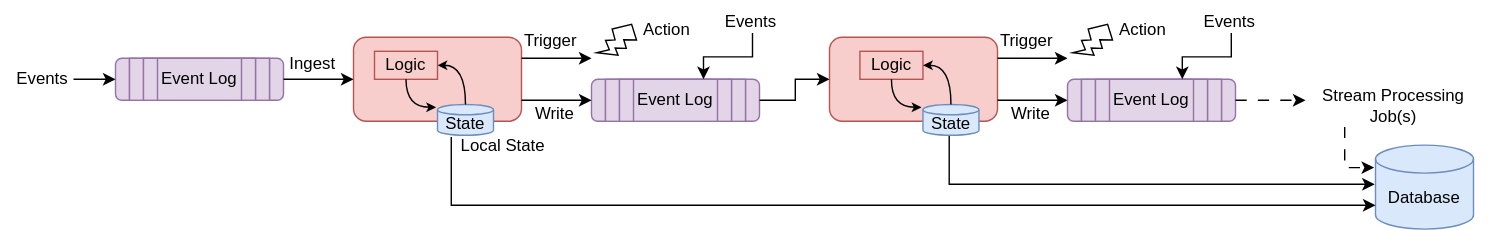
This is assets/posts/telemetry/stateful-stream-processing.svg from addu390/addu390.github.io, a draw.io export, as it was before one commit. Source tidied: cells renumbered, new cells last; positions are measured from the earlier drawing's top-left corner, leaving out a move shared by most shapes. Its diagram source:
```xml
<mxGraphModel>
  <root>
    <mxCell id="0" />
    <mxCell id="1" parent="0" />
    <mxCell id="2" style="rounded=1;whiteSpace=wrap;html=1;fillColor=#f8cecc;strokeColor=#b85450;" parent="1" vertex="1">
      <mxGeometry x="252" y="26" width="120" height="60" as="geometry" />
    </mxCell>
    <mxCell id="3" style="shape=process;whiteSpace=wrap;html=1;backgroundOutline=1;size=0.08333333333333333;fillColor=#e1d5e7;strokeColor=#9673a6;rounded=1;" parent="1" vertex="1">
      <mxGeometry x="82" y="41" width="120" height="30" as="geometry" />
    </mxCell>
    <mxCell id="4" style="shape=process;whiteSpace=wrap;html=1;backgroundOutline=1;size=0.1;fillColor=#e1d5e7;strokeColor=#9673a6;" parent="1" vertex="1">
      <mxGeometry x="92" y="41" width="100" height="30" as="geometry" />
    </mxCell>
    <mxCell id="5" value="Event Log" style="shape=process;whiteSpace=wrap;html=1;backgroundOutline=1;size=0.125;fillColor=#e1d5e7;strokeColor=#9673a6;" parent="1" vertex="1">
      <mxGeometry x="102" y="41" width="80" height="30" as="geometry" />
    </mxCell>
    <mxCell id="6" style="shape=process;whiteSpace=wrap;html=1;backgroundOutline=1;size=0.08333333333333333;fillColor=#e1d5e7;strokeColor=#9673a6;rounded=1;" parent="1" vertex="1">
      <mxGeometry x="422" y="56" width="120" height="30" as="geometry" />
    </mxCell>
    <mxCell id="7" style="shape=process;whiteSpace=wrap;html=1;backgroundOutline=1;size=0.1;fillColor=#e1d5e7;strokeColor=#9673a6;" parent="1" vertex="1">
      <mxGeometry x="432" y="56" width="100" height="30" as="geometry" />
    </mxCell>
    <mxCell id="8" value="Event Log" style="shape=process;whiteSpace=wrap;html=1;backgroundOutline=1;size=0.125;fillColor=#e1d5e7;strokeColor=#9673a6;" parent="1" vertex="1">
      <mxGeometry x="442" y="56" width="80" height="30" as="geometry" />
    </mxCell>
    <mxCell id="9" style="endArrow=classic;html=1;rounded=0;entryX=0;entryY=0.5;entryDx=0;entryDy=0;" parent="1" edge="1" target="3">
      <mxGeometry relative="1" as="geometry">
        <mxPoint x="52" y="56" as="sourcePoint" />
      </mxGeometry>
    </mxCell>
    <mxCell id="10" value="Events" style="text;html=1;align=center;verticalAlign=middle;whiteSpace=wrap;rounded=0;" parent="1" vertex="1">
      <mxGeometry y="41" width="60" height="30" as="geometry" />
    </mxCell>
    <mxCell id="11" value="Ingest" style="text;html=1;align=center;verticalAlign=middle;whiteSpace=wrap;rounded=0;" parent="1" vertex="1">
      <mxGeometry x="193" y="30" width="60" height="30" as="geometry" />
    </mxCell>
    <mxCell id="12" style="endArrow=classic;html=1;rounded=0;exitX=1;exitY=0.5;exitDx=0;exitDy=0;entryX=0;entryY=0.5;entryDx=0;entryDy=0;" parent="1" edge="1" source="3" target="2">
      <mxGeometry relative="1" as="geometry" />
    </mxCell>
    <mxCell id="13" style="endArrow=classic;html=1;rounded=0;exitX=1;exitY=0.75;exitDx=0;exitDy=0;entryX=0;entryY=0.5;entryDx=0;entryDy=0;" parent="1" edge="1" source="2" target="6">
      <mxGeometry relative="1" as="geometry" />
    </mxCell>
    <mxCell id="14" value="Write" style="text;html=1;align=center;verticalAlign=middle;whiteSpace=wrap;rounded=0;" parent="1" vertex="1">
      <mxGeometry x="366" y="66" width="60" height="30" as="geometry" />
    </mxCell>
    <mxCell id="15" style="endArrow=classic;html=1;rounded=0;exitX=1;exitY=0.25;exitDx=0;exitDy=0;" parent="1" edge="1" source="2">
      <mxGeometry relative="1" as="geometry">
        <mxPoint x="422" y="41" as="targetPoint" />
      </mxGeometry>
    </mxCell>
    <mxCell id="16" value="Trigger" style="text;html=1;align=center;verticalAlign=middle;whiteSpace=wrap;rounded=0;" parent="1" vertex="1">
      <mxGeometry x="363" y="14" width="60" height="30" as="geometry" />
    </mxCell>
    <mxCell id="17" style="verticalLabelPosition=bottom;verticalAlign=top;html=1;shape=mxgraph.basic.flash;rotation=30;" parent="1" vertex="1">
      <mxGeometry x="432" y="14" width="20" height="30" as="geometry" />
    </mxCell>
    <mxCell id="18" value="Action" style="text;html=1;align=center;verticalAlign=middle;whiteSpace=wrap;rounded=0;" parent="1" vertex="1">
      <mxGeometry x="446" y="6" width="60" height="30" as="geometry" />
    </mxCell>
    <mxCell id="19" style="strokeWidth=1;html=1;shape=mxgraph.flowchart.database;whiteSpace=wrap;fillColor=#dae8fc;strokeColor=#6c8ebf;" parent="1" vertex="1">
      <mxGeometry x="312" y="74" width="40" height="22" as="geometry" />
    </mxCell>
    <mxCell id="20" value="State" style="text;html=1;align=center;verticalAlign=middle;whiteSpace=wrap;rounded=0;" parent="1" vertex="1">
      <mxGeometry x="307.8" y="81" width="48.5" height="13" as="geometry" />
    </mxCell>
    <mxCell id="21" style="rounded=1;whiteSpace=wrap;html=1;fillColor=#f8cecc;strokeColor=#b85450;" parent="1" vertex="1">
      <mxGeometry x="592" y="26" width="120" height="60" as="geometry" />
    </mxCell>
    <mxCell id="22" style="shape=process;whiteSpace=wrap;html=1;backgroundOutline=1;size=0.08333333333333333;fillColor=#e1d5e7;strokeColor=#9673a6;rounded=1;" parent="1" vertex="1">
      <mxGeometry x="762" y="56" width="120" height="30" as="geometry" />
    </mxCell>
    <mxCell id="23" style="shape=process;whiteSpace=wrap;html=1;backgroundOutline=1;size=0.1;fillColor=#e1d5e7;strokeColor=#9673a6;" parent="1" vertex="1">
      <mxGeometry x="772" y="56" width="100" height="30" as="geometry" />
    </mxCell>
    <mxCell id="24" value="Event Log" style="shape=process;whiteSpace=wrap;html=1;backgroundOutline=1;size=0.125;fillColor=#e1d5e7;strokeColor=#9673a6;" parent="1" vertex="1">
      <mxGeometry x="782" y="56" width="80" height="30" as="geometry" />
    </mxCell>
    <mxCell id="25" style="endArrow=classic;html=1;rounded=0;exitX=1;exitY=0.75;exitDx=0;exitDy=0;entryX=0;entryY=0.5;entryDx=0;entryDy=0;" parent="1" edge="1" source="21" target="22">
      <mxGeometry relative="1" as="geometry" />
    </mxCell>
    <mxCell id="26" value="Write" style="text;html=1;align=center;verticalAlign=middle;whiteSpace=wrap;rounded=0;" parent="1" vertex="1">
      <mxGeometry x="706" y="66" width="60" height="30" as="geometry" />
    </mxCell>
    <mxCell id="27" style="endArrow=classic;html=1;rounded=0;exitX=1;exitY=0.25;exitDx=0;exitDy=0;" parent="1" edge="1" source="21">
      <mxGeometry relative="1" as="geometry">
        <mxPoint x="762" y="41" as="targetPoint" />
      </mxGeometry>
    </mxCell>
    <mxCell id="28" value="Trigger" style="text;html=1;align=center;verticalAlign=middle;whiteSpace=wrap;rounded=0;" parent="1" vertex="1">
      <mxGeometry x="703" y="14" width="60" height="30" as="geometry" />
    </mxCell>
    <mxCell id="29" style="verticalLabelPosition=bottom;verticalAlign=top;html=1;shape=mxgraph.basic.flash;rotation=30;" parent="1" vertex="1">
      <mxGeometry x="772" y="14" width="20" height="30" as="geometry" />
    </mxCell>
    <mxCell id="30" value="Action" style="text;html=1;align=center;verticalAlign=middle;whiteSpace=wrap;rounded=0;" parent="1" vertex="1">
      <mxGeometry x="786" y="6" width="60" height="30" as="geometry" />
    </mxCell>
    <mxCell id="31" value="State" style="text;html=1;align=center;verticalAlign=middle;whiteSpace=wrap;rounded=0;" parent="1" vertex="1">
      <mxGeometry x="647.5" y="81" width="61" height="13" as="geometry" />
    </mxCell>
    <mxCell id="32" style="endArrow=classic;html=1;rounded=0;exitX=1;exitY=0.5;exitDx=0;exitDy=0;entryX=0;entryY=0.5;entryDx=0;entryDy=0;edgeStyle=elbowEdgeStyle;" parent="1" edge="1" source="6" target="21">
      <mxGeometry relative="1" as="geometry" />
    </mxCell>
    <mxCell id="33" style="endArrow=classic;html=1;rounded=0;exitX=1;exitY=0.5;exitDx=0;exitDy=0;dashed=1;dashPattern=8 8;" parent="1" edge="1" source="22">
      <mxGeometry relative="1" as="geometry">
        <mxPoint x="932" y="71" as="targetPoint" />
      </mxGeometry>
    </mxCell>
    <mxCell id="34" value="Stream Processing Job(s)" style="text;html=1;align=center;verticalAlign=middle;whiteSpace=wrap;rounded=0;" parent="1" vertex="1">
      <mxGeometry x="925" y="60" width="140" height="30" as="geometry" />
    </mxCell>
    <mxCell id="35" style="strokeWidth=1;html=1;shape=mxgraph.flowchart.database;whiteSpace=wrap;fillColor=#dae8fc;strokeColor=#6c8ebf;" parent="1" vertex="1">
      <mxGeometry x="982" y="103" width="70" height="60" as="geometry" />
    </mxCell>
    <mxCell id="36" style="endArrow=classic;html=1;rounded=0;exitX=0.5;exitY=1;exitDx=0;exitDy=0;exitPerimeter=0;edgeStyle=elbowEdgeStyle;elbow=vertical;entryX=-0.008;entryY=0.461;entryDx=0;entryDy=0;entryPerimeter=0;" parent="1" edge="1" target="35">
      <mxGeometry relative="1" as="geometry">
        <mxPoint x="677.5" y="96" as="sourcePoint" />
        <Array as="points">
          <mxPoint x="832" y="131" />
        </Array>
      </mxGeometry>
    </mxCell>
    <mxCell id="37" style="endArrow=classic;html=1;rounded=0;exitX=0.246;exitY=1.052;exitDx=0;exitDy=0;exitPerimeter=0;edgeStyle=elbowEdgeStyle;elbow=vertical;" parent="1" edge="1" source="19">
      <mxGeometry relative="1" as="geometry">
        <mxPoint x="982" y="146" as="targetPoint" />
        <Array as="points">
          <mxPoint x="652" y="146" />
        </Array>
      </mxGeometry>
    </mxCell>
    <mxCell id="38" style="endArrow=classic;html=1;rounded=0;exitX=0.25;exitY=1;exitDx=0;exitDy=0;entryX=-0.014;entryY=0.268;entryDx=0;entryDy=0;entryPerimeter=0;edgeStyle=elbowEdgeStyle;dashed=1;dashPattern=8 8;" parent="1" edge="1" source="34" target="35">
      <mxGeometry relative="1" as="geometry">
        <Array as="points">
          <mxPoint x="960" y="106" />
        </Array>
      </mxGeometry>
    </mxCell>
    <mxCell id="39" value="Database" style="text;html=1;align=center;verticalAlign=middle;whiteSpace=wrap;rounded=0;" parent="1" vertex="1">
      <mxGeometry x="987" y="126" width="60" height="30" as="geometry" />
    </mxCell>
    <mxCell id="40" value="Logic" style="rounded=0;whiteSpace=wrap;html=1;fillColor=#f8cecc;strokeColor=#b85450;" parent="1" vertex="1">
      <mxGeometry x="267" y="36" width="45" height="20" as="geometry" />
    </mxCell>
    <mxCell id="41" style="endArrow=classic;html=1;rounded=0;exitX=0.5;exitY=0;exitDx=0;exitDy=0;exitPerimeter=0;entryX=1;entryY=0.5;entryDx=0;entryDy=0;edgeStyle=orthogonalEdgeStyle;curved=1;endSize=4;startSize=4;" parent="1" edge="1" source="19" target="40">
      <mxGeometry relative="1" as="geometry">
        <Array as="points">
          <mxPoint x="332" y="46" />
        </Array>
      </mxGeometry>
    </mxCell>
    <mxCell id="42" style="endArrow=classic;html=1;rounded=0;exitX=0.5;exitY=1;exitDx=0;exitDy=0;edgeStyle=orthogonalEdgeStyle;curved=1;startSize=4;endSize=4;" parent="1" edge="1" source="40">
      <mxGeometry relative="1" as="geometry">
        <mxPoint x="312" y="76" as="targetPoint" />
        <Array as="points">
          <mxPoint x="290" y="76" />
          <mxPoint x="311" y="76" />
        </Array>
      </mxGeometry>
    </mxCell>
    <mxCell id="43" style="strokeWidth=1;html=1;shape=mxgraph.flowchart.database;whiteSpace=wrap;fillColor=#dae8fc;strokeColor=#6c8ebf;" parent="1" vertex="1">
      <mxGeometry x="658.8" y="74" width="40" height="22" as="geometry" />
    </mxCell>
    <mxCell id="44" value="State" style="text;html=1;align=center;verticalAlign=middle;whiteSpace=wrap;rounded=0;" parent="1" vertex="1">
      <mxGeometry x="654.5" y="81" width="48.5" height="13" as="geometry" />
    </mxCell>
    <mxCell id="45" value="Logic" style="rounded=0;whiteSpace=wrap;html=1;fillColor=#f8cecc;strokeColor=#b85450;" parent="1" vertex="1">
      <mxGeometry x="613.8" y="36" width="45" height="20" as="geometry" />
    </mxCell>
    <mxCell id="46" style="endArrow=classic;html=1;rounded=0;exitX=0.5;exitY=0;exitDx=0;exitDy=0;exitPerimeter=0;entryX=1;entryY=0.5;entryDx=0;entryDy=0;edgeStyle=orthogonalEdgeStyle;curved=1;endSize=4;startSize=4;" parent="1" edge="1" source="43" target="45">
      <mxGeometry relative="1" as="geometry">
        <Array as="points">
          <mxPoint x="678.8" y="46" />
        </Array>
      </mxGeometry>
    </mxCell>
    <mxCell id="47" style="endArrow=classic;html=1;rounded=0;exitX=0.5;exitY=1;exitDx=0;exitDy=0;edgeStyle=orthogonalEdgeStyle;curved=1;startSize=4;endSize=4;" parent="1" edge="1" source="45">
      <mxGeometry relative="1" as="geometry">
        <mxPoint x="658.8" y="76" as="targetPoint" />
        <Array as="points">
          <mxPoint x="636.8" y="76" />
          <mxPoint x="657.8" y="76" />
        </Array>
      </mxGeometry>
    </mxCell>
    <mxCell id="48" value="Local State" style="text;html=1;align=center;verticalAlign=middle;whiteSpace=wrap;rounded=0;" parent="1" vertex="1">
      <mxGeometry x="321.8" y="89" width="74.2" height="30" as="geometry" />
    </mxCell>
    <mxCell id="49" style="endArrow=classic;html=1;rounded=0;entryX=0.75;entryY=0;entryDx=0;entryDy=0;edgeStyle=elbowEdgeStyle;elbow=vertical;" parent="1" edge="1" target="8">
      <mxGeometry relative="1" as="geometry">
        <mxPoint x="537" y="23" as="sourcePoint" />
      </mxGeometry>
    </mxCell>
    <mxCell id="50" value="Events" style="text;html=1;align=center;verticalAlign=middle;whiteSpace=wrap;rounded=0;" parent="1" vertex="1">
      <mxGeometry x="506" width="60" height="30" as="geometry" />
    </mxCell>
    <mxCell id="51" style="endArrow=classic;html=1;rounded=0;entryX=0.75;entryY=0;entryDx=0;entryDy=0;edgeStyle=elbowEdgeStyle;elbow=vertical;" parent="1" edge="1">
      <mxGeometry relative="1" as="geometry">
        <mxPoint x="879" y="23" as="sourcePoint" />
        <mxPoint x="844" y="56" as="targetPoint" />
      </mxGeometry>
    </mxCell>
    <mxCell id="52" value="Events" style="text;html=1;align=center;verticalAlign=middle;whiteSpace=wrap;rounded=0;" parent="1" vertex="1">
      <mxGeometry x="848" width="60" height="30" as="geometry" />
    </mxCell>
  </root>
</mxGraphModel>
```
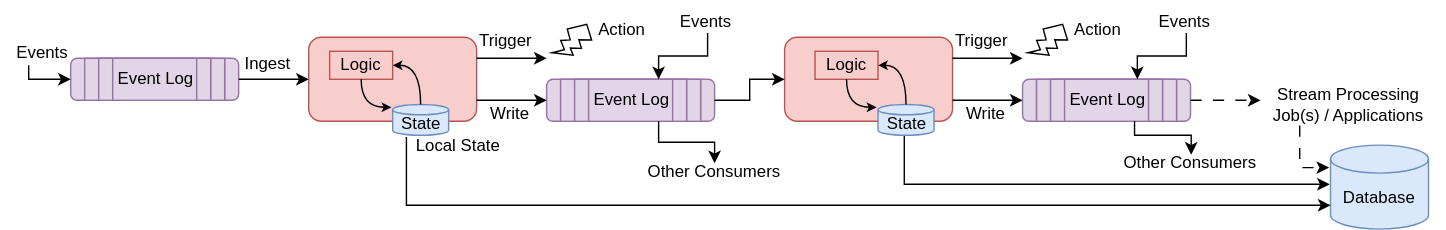
The same diagram one commit later.

Commit message:
Choosing the right stream processor

Diff of the diagram source:
```diff
@@ -23,13 +23,17 @@
     <mxCell id="8" value="Event Log" style="shape=process;whiteSpace=wrap;html=1;backgroundOutline=1;size=0.125;fillColor=#e1d5e7;strokeColor=#9673a6;" parent="1" vertex="1">
       <mxGeometry x="442" y="56" width="80" height="30" as="geometry" />
     </mxCell>
-    <mxCell id="9" style="endArrow=classic;html=1;rounded=0;entryX=0;entryY=0.5;entryDx=0;entryDy=0;" parent="1" edge="1" target="3">
+    <mxCell id="9" style="endArrow=classic;html=1;rounded=0;edgeStyle=elbowEdgeStyle;elbow=vertical;" parent="1" edge="1">
       <mxGeometry relative="1" as="geometry">
-        <mxPoint x="52" y="56" as="sourcePoint" />
+        <mxPoint x="52" y="46" as="sourcePoint" />
+        <mxPoint x="82" y="56" as="targetPoint" />
+        <Array as="points">
+          <mxPoint x="72" y="56" />
+        </Array>
       </mxGeometry>
     </mxCell>
     <mxCell id="10" value="Events" style="text;html=1;align=center;verticalAlign=middle;whiteSpace=wrap;rounded=0;" parent="1" vertex="1">
-      <mxGeometry y="41" width="60" height="30" as="geometry" />
+      <mxGeometry x="32" y="32" width="60" height="9" as="geometry" />
     </mxCell>
     <mxCell id="11" value="Ingest" style="text;html=1;align=center;verticalAlign=middle;whiteSpace=wrap;rounded=0;" parent="1" vertex="1">
       <mxGeometry x="193" y="30" width="60" height="30" as="geometry" />
@@ -106,8 +110,8 @@
         <mxPoint x="932" y="71" as="targetPoint" />
       </mxGeometry>
     </mxCell>
-    <mxCell id="34" value="Stream Processing Job(s)" style="text;html=1;align=center;verticalAlign=middle;whiteSpace=wrap;rounded=0;" parent="1" vertex="1">
-      <mxGeometry x="925" y="60" width="140" height="30" as="geometry" />
+    <mxCell id="34" value="Stream Processing Job(s) / Applications" style="text;html=1;align=center;verticalAlign=middle;whiteSpace=wrap;rounded=0;" parent="1" vertex="1">
+      <mxGeometry x="925" y="59" width="140" height="30" as="geometry" />
     </mxCell>
     <mxCell id="35" style="strokeWidth=1;html=1;shape=mxgraph.flowchart.database;whiteSpace=wrap;fillColor=#dae8fc;strokeColor=#6c8ebf;" parent="1" vertex="1">
       <mxGeometry x="982" y="103" width="70" height="60" as="geometry" />
@@ -202,5 +206,24 @@
     <mxCell id="52" value="Events" style="text;html=1;align=center;verticalAlign=middle;whiteSpace=wrap;rounded=0;" parent="1" vertex="1">
       <mxGeometry x="848" width="60" height="30" as="geometry" />
     </mxCell>
+    <mxCell id="53" style="endArrow=classic;html=1;rounded=0;exitX=0.75;exitY=1;exitDx=0;exitDy=0;edgeStyle=elbowEdgeStyle;elbow=vertical;" parent="1" edge="1" source="8">
+      <mxGeometry relative="1" as="geometry">
+        <mxPoint x="542" y="116" as="targetPoint" />
+      </mxGeometry>
+    </mxCell>
+    <mxCell id="54" value="Other Consumers" style="text;html=1;align=center;verticalAlign=middle;whiteSpace=wrap;rounded=0;" parent="1" vertex="1">
+      <mxGeometry x="482" y="107" width="120" height="30" as="geometry" />
+    </mxCell>
+    <mxCell id="55" style="endArrow=classic;html=1;rounded=0;exitX=0.75;exitY=1;exitDx=0;exitDy=0;edgeStyle=elbowEdgeStyle;elbow=vertical;entryX=0.504;entryY=0.117;entryDx=0;entryDy=0;entryPerimeter=0;" parent="1" edge="1" target="56">
+      <mxGeometry relative="1" as="geometry">
+        <mxPoint x="842" y="86" as="sourcePoint" />
+        <Array as="points">
+          <mxPoint x="862" y="96" />
+        </Array>
+      </mxGeometry>
+    </mxCell>
+    <mxCell id="56" value="Other Consumers" style="text;html=1;align=center;verticalAlign=middle;whiteSpace=wrap;rounded=0;" parent="1" vertex="1">
+      <mxGeometry x="822" y="108" width="120" height="16" as="geometry" />
+    </mxCell>
   </root>
 </mxGraphModel>
```
